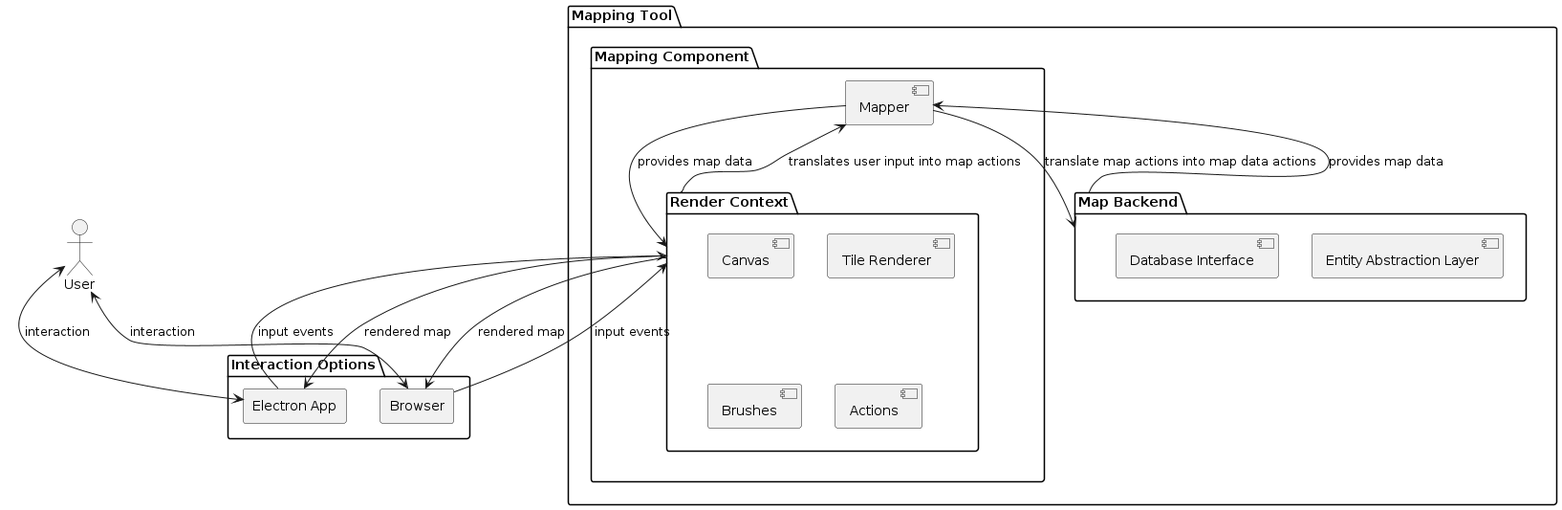
Earlier version of the PlantUML export diagrams/Package_Diagram.png (mapper1024/mapper1024).
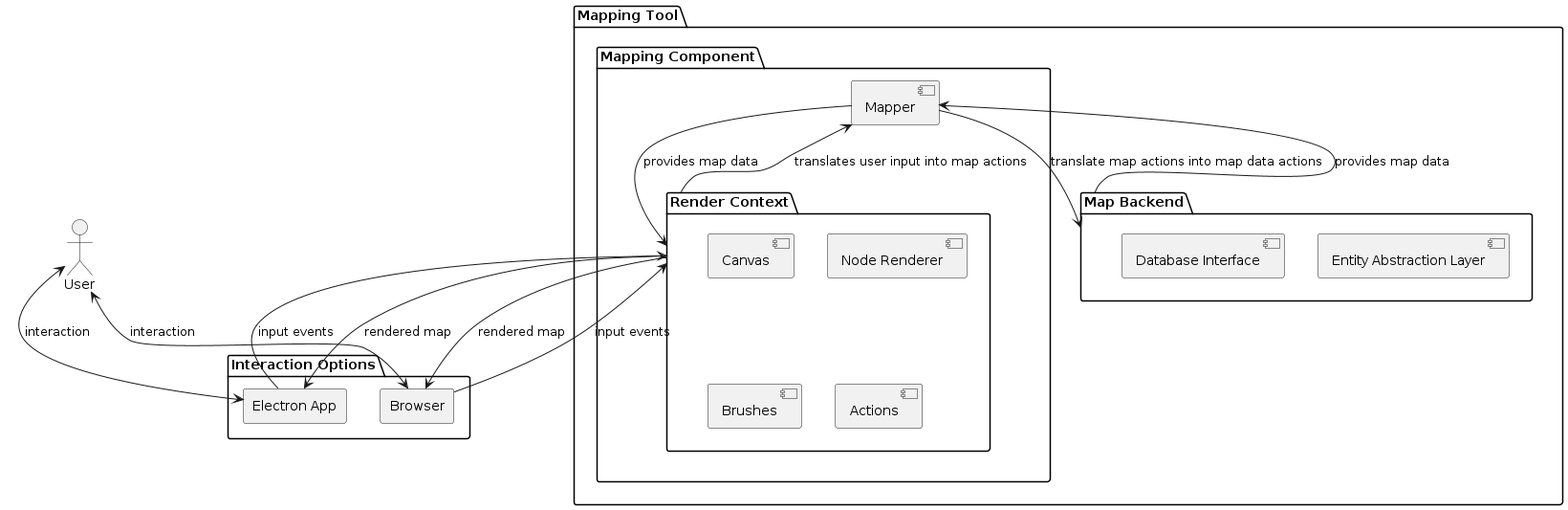
Above is the later version.

Commit message:
Tile Renderer -> Node Renderer in package diagram

What changed in the source:
```diff
@@ -14,7 +14,7 @@
 	folder "Mapping Component" as MappingComponent {
 		folder "Render Context" as RenderContext {
 			component Canvas
-			component "Tile Renderer"
+			component "Node Renderer"
 			component Brushes
 			component Actions
 		}
```
